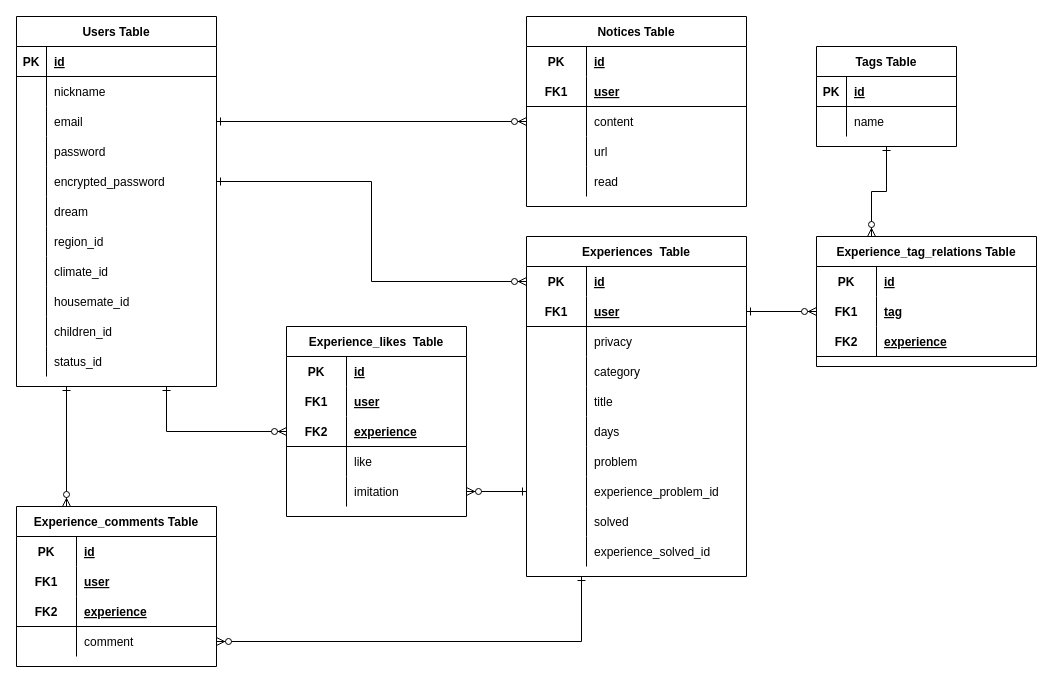
Before: doc/table-experience.dio in ryohei-takasugi/minimalismshare, a draw.io diagram. Source tidied: cells renumbered, new cells numbered last; positions are measured from the earlier drawing's top-left corner, leaving out a move shared by most shapes. Both pictures are drawn from the tidied source at 100%, with x=0, y=0 at pixel (16, 16).
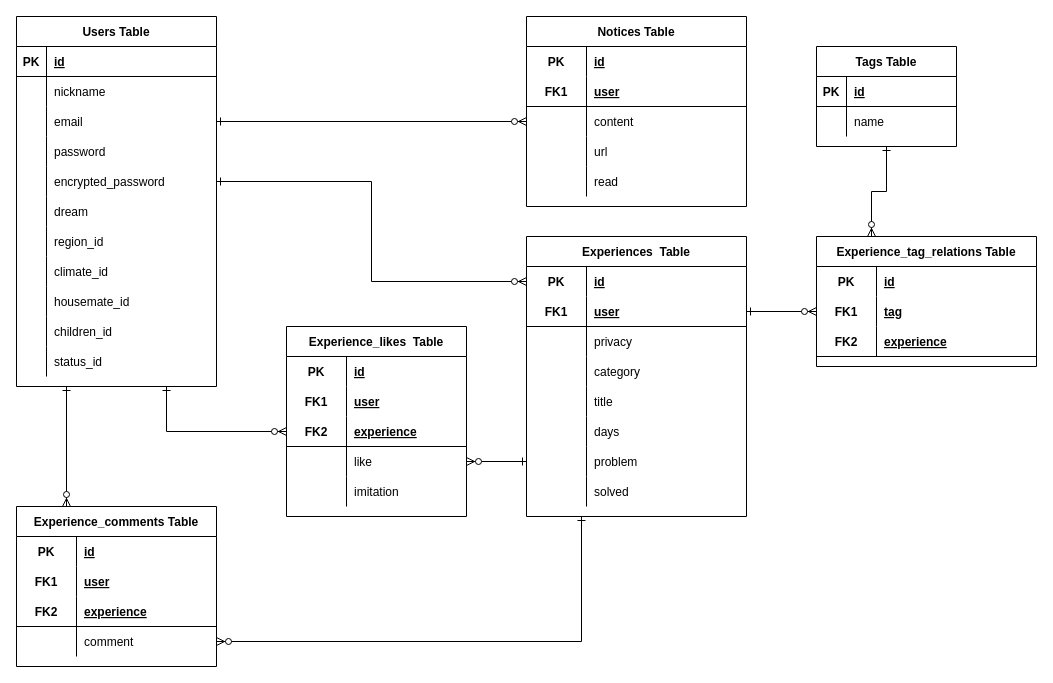
The same page after the edit.

Unchanged cells that the change refers to:
```xml
<mxCell id="75" style="shape=partialRectangle;fillColor=none;top=0;left=0;bottom=0;right=0;points=[[0,0.5],[1,0.5]];portConstraint=eastwest;" parent="56" vertex="1">
  <mxGeometry y="210" width="220" height="30" as="geometry" />
</mxCell>
<mxCell id="130" style="shape=partialRectangle;fillColor=none;top=0;left=0;bottom=0;right=0;points=[[0,0.5],[1,0.5]];portConstraint=eastwest;" parent="120" vertex="1">
  <mxGeometry y="120" width="180" height="30" as="geometry" />
</mxCell>
<mxCell id="133" style="shape=partialRectangle;fillColor=none;top=0;left=0;bottom=0;right=0;points=[[0,0.5],[1,0.5]];portConstraint=eastwest;" parent="120" vertex="1">
  <mxGeometry y="150" width="180" height="30" as="geometry" />
</mxCell>
```

What changed in the source:
```diff
@@
     <mxCell id="56" value="Experiences  Table" style="shape=table;startSize=30;childLayout=tableLayout;rowLines=0;fontStyle=1;align=center;" parent="1" vertex="1">
-      <mxGeometry x="510" y="220" width="220" height="340" as="geometry" />
+      <mxGeometry x="510" y="220" width="220" height="280" as="geometry" />
     </mxCell>
@@
-    <mxCell id="78" style="shape=partialRectangle;fillColor=none;top=0;left=0;bottom=0;right=0;points=[[0,0.5],[1,0.5]];portConstraint=eastwest;" parent="56" vertex="1">
-      <mxGeometry y="240" width="220" height="30" as="geometry" />
-    </mxCell>
-    <mxCell id="79" style="shape=partialRectangle;fillColor=none;top=0;left=0;bottom=0;right=0;overflow=hidden;" parent="78" vertex="1">
-      <mxGeometry width="60" height="30" as="geometry" />
-    </mxCell>
-    <mxCell id="80" value="experience_problem_id" style="shape=partialRectangle;fillColor=none;top=0;left=0;bottom=0;right=0;align=left;spacingLeft=6;overflow=hidden;" parent="78" vertex="1">
-      <mxGeometry x="60" width="160" height="30" as="geometry" />
-    </mxCell>
     <mxCell id="81" style="shape=partialRectangle;fillColor=none;top=0;left=0;bottom=0;right=0;" parent="56" vertex="1">
-      <mxGeometry y="270" width="220" height="30" as="geometry" />
+      <mxGeometry y="240" width="220" height="30" as="geometry" />
     </mxCell>
@@
-    <mxCell id="84" style="shape=partialRectangle;fillColor=none;top=0;left=0;bottom=0;right=0;" parent="56" vertex="1">
-      <mxGeometry y="300" width="220" height="30" as="geometry" />
-    </mxCell>
-    <mxCell id="85" style="shape=partialRectangle;fillColor=none;top=0;left=0;bottom=0;right=0;overflow=hidden;" parent="84" vertex="1">
-      <mxGeometry width="60" height="30" as="geometry" />
-    </mxCell>
-    <mxCell id="86" value="experience_solved_id" style="shape=partialRectangle;fillColor=none;top=0;left=0;bottom=0;right=0;align=left;spacingLeft=6;overflow=hidden;" parent="84" vertex="1">
-      <mxGeometry x="60" width="160" height="30" as="geometry" />
-    </mxCell>
@@
-    <mxCell id="136" style="edgeStyle=orthogonalEdgeStyle;rounded=0;jettySize=auto;html=1;exitX=0;exitY=0.5;exitDx=0;exitDy=0;entryX=1;entryY=0.5;entryDx=0;entryDy=0;startArrow=ERone;startFill=0;endArrow=ERzeroToMany;endFill=1;" parent="1" edge="1" source="78" target="133">
+    <mxCell id="136" style="edgeStyle=orthogonalEdgeStyle;rounded=0;jettySize=auto;html=1;exitX=0;exitY=0.5;exitDx=0;exitDy=0;entryX=1;entryY=0.5;entryDx=0;entryDy=0;startArrow=ERone;startFill=0;endArrow=ERzeroToMany;endFill=1;" parent="1" edge="1" target="133">
       <mxGeometry relative="1" as="geometry" />
     </mxCell>
+    <mxCell id="137" style="edgeStyle=orthogonalEdgeStyle;rounded=0;jettySize=auto;html=1;exitX=0;exitY=0.5;exitDx=0;exitDy=0;entryX=1;entryY=0.5;entryDx=0;entryDy=0;endArrow=ERzeroToMany;endFill=1;startArrow=ERone;startFill=0;" parent="1" edge="1" source="75" target="130">
+      <mxGeometry relative="1" as="geometry" />
+    </mxCell>
```
